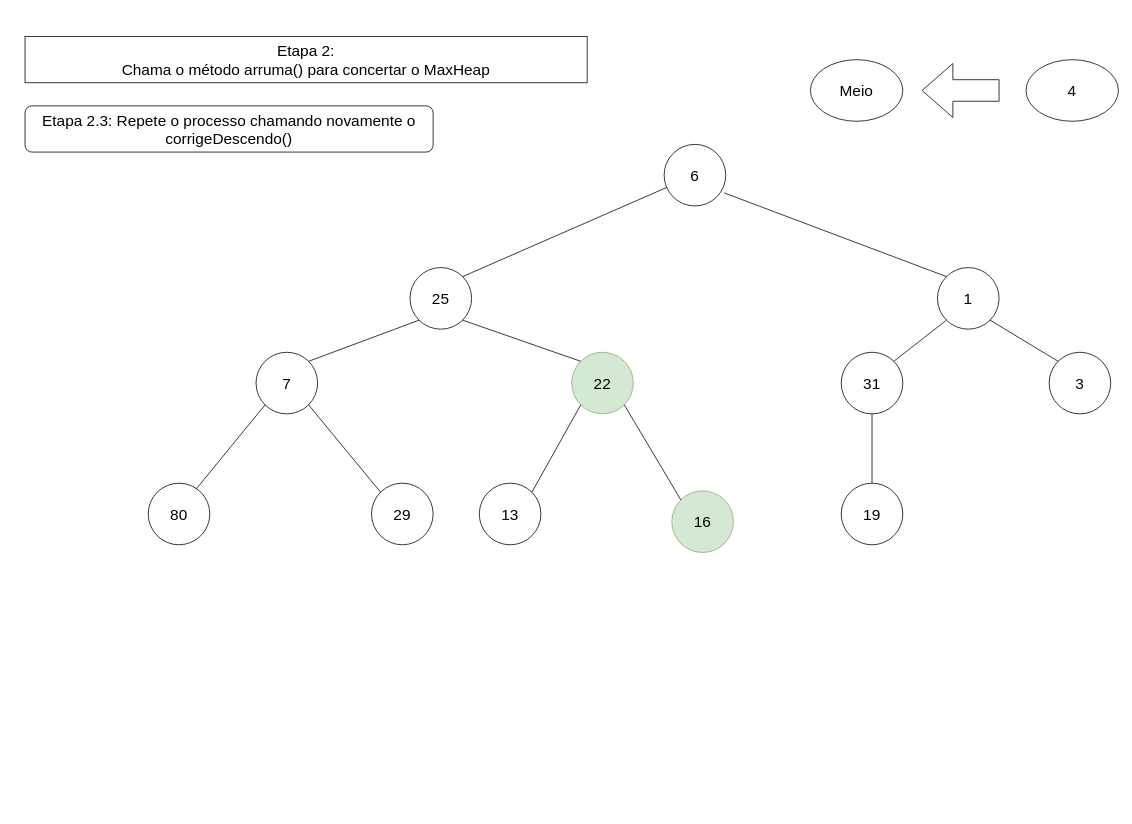
Before: page "Etapa 5" (6 of 21) of Diagrama_Heap.drawio in Xang0/Diagramas-de-Estruturas-de-Dado, a draw.io diagram. Source tidied: cells renumbered, new cells numbered last; positions are measured from the earlier drawing's top-left corner, leaving out a move shared by most shapes. Both pictures are drawn from the tidied source at 77%, with x=0, y=0 at pixel (25, 36).
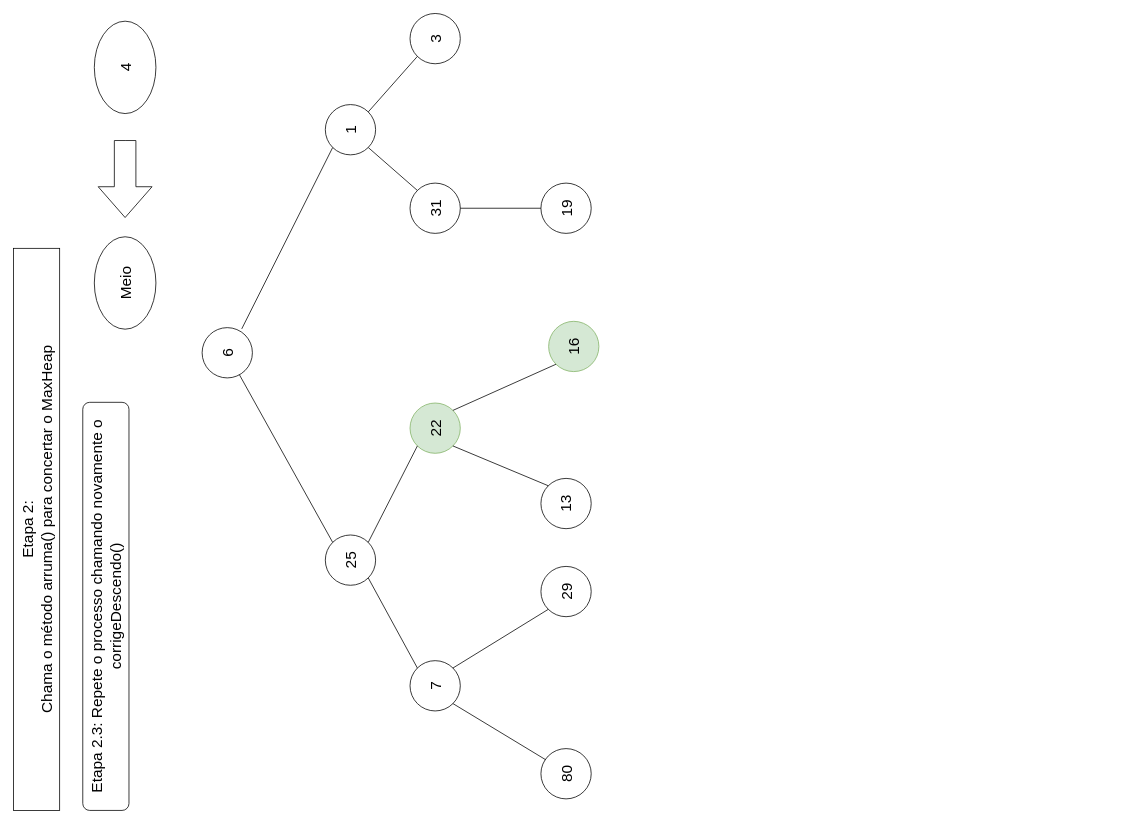
Above is the later version.

What changed in the source:
```diff
@@
+    <mxCell id="25" value="&lt;font style=&quot;font-size: 20px;&quot;&gt;Etapa 2:&lt;br&gt;Chama o método arruma() para concertar o MaxHeap&lt;br&gt;&lt;/font&gt;" style="rounded=0;whiteSpace=wrap;html=1;rotation=-90;" parent="1" vertex="1">
+      <mxGeometry x="-350" y="610" width="730" height="60" as="geometry" />
+    </mxCell>
+    <mxCell id="26" value="&lt;font style=&quot;font-size: 20px;&quot;&gt;Etapa 2.3: Repete o processo chamando novamente o corrigeDescendo()&lt;br&gt;&lt;/font&gt;" style="rounded=1;whiteSpace=wrap;html=1;rotation=-90;" parent="1" vertex="1">
+      <mxGeometry x="-160" y="710" width="530" height="60" as="geometry" />
+    </mxCell>
+    <mxCell id="27" value="&lt;font style=&quot;font-size: 20px;&quot;&gt;Meio&lt;/font&gt;" style="ellipse;whiteSpace=wrap;html=1;rotation=-90;" parent="1" vertex="1">
+      <mxGeometry x="70" y="280" width="120" height="80" as="geometry" />
+    </mxCell>
+    <mxCell id="28" style="html=1;shadow=0;dashed=0;align=center;verticalAlign=middle;shape=mxgraph.arrows2.arrow;dy=0.6;dx=40;flipH=1;notch=0;rotation=-90;" parent="1" vertex="1">
+      <mxGeometry x="80" y="150" width="100" height="70" as="geometry" />
+    </mxCell>
+    <mxCell id="29" value="&lt;font style=&quot;font-size: 20px;&quot;&gt;4&lt;/font&gt;" style="ellipse;whiteSpace=wrap;html=1;rotation=-90;" parent="1" vertex="1">
+      <mxGeometry x="70" width="120" height="80" as="geometry" />
+    </mxCell>
+    <mxCell id="30" style="group;" parent="1" vertex="1">
+      <mxGeometry x="230" y="-30" width="530" height="1020" as="geometry" />
+    </mxCell>
-    <mxCell id="2" value="&lt;font style=&quot;font-size: 20px;&quot;&gt;6&lt;/font&gt;" style="ellipse;whiteSpace=wrap;html=1;" parent="1" vertex="1">
-      <mxGeometry x="830" y="140" width="80" height="80" as="geometry" />
+    <mxCell id="2" value="&lt;font style=&quot;font-size: 20px;&quot;&gt;6&lt;/font&gt;" style="ellipse;whiteSpace=wrap;html=1;rotation=-90;" parent="30" vertex="1">
+      <mxGeometry y="408" width="65.3" height="65.3" as="geometry" />
     </mxCell>
-    <mxCell id="3" value="&lt;font style=&quot;font-size: 20px;&quot;&gt;25&lt;/font&gt;" style="ellipse;whiteSpace=wrap;html=1;" parent="1" vertex="1">
-      <mxGeometry x="500" y="300" width="80" height="80" as="geometry" />
+    <mxCell id="3" value="&lt;font style=&quot;font-size: 20px;&quot;&gt;25&lt;/font&gt;" style="ellipse;whiteSpace=wrap;html=1;rotation=-90;" parent="30" vertex="1">
+      <mxGeometry x="160" y="677.3" width="65.3" height="65.3" as="geometry" />
     </mxCell>
-    <mxCell id="4" value="&lt;font style=&quot;font-size: 20px;&quot;&gt;1&lt;/font&gt;" style="ellipse;whiteSpace=wrap;html=1;" parent="1" vertex="1">
-      <mxGeometry x="1185" y="300" width="80" height="80" as="geometry" />
+    <mxCell id="4" value="&lt;font style=&quot;font-size: 20px;&quot;&gt;1&lt;/font&gt;" style="ellipse;whiteSpace=wrap;html=1;rotation=-90;" parent="30" vertex="1">
+      <mxGeometry x="160" y="118.3" width="65.3" height="65.3" as="geometry" />
     </mxCell>
-    <mxCell id="5" style="endArrow=none;html=1;rounded=0;exitX=1;exitY=0;exitDx=0;exitDy=0;" parent="1" edge="1" source="3" target="2">
+    <mxCell id="5" style="endArrow=none;html=1;rounded=0;exitX=1;exitY=0;exitDx=0;exitDy=0;" parent="30" edge="1" source="3" target="2">
       <mxGeometry relative="1" as="geometry" />
     </mxCell>
-    <mxCell id="6" style="endArrow=none;html=1;rounded=0;entryX=0.975;entryY=0.788;entryDx=0;entryDy=0;entryPerimeter=0;exitX=0;exitY=0;exitDx=0;exitDy=0;" parent="1" edge="1" source="4" target="2">
+    <mxCell id="6" style="endArrow=none;html=1;rounded=0;entryX=0.975;entryY=0.788;entryDx=0;entryDy=0;entryPerimeter=0;exitX=0;exitY=0;exitDx=0;exitDy=0;" parent="30" edge="1" source="4" target="2">
       <mxGeometry relative="1" as="geometry" />
     </mxCell>
-    <mxCell id="7" value="&lt;font style=&quot;font-size: 20px;&quot;&gt;7&lt;/font&gt;" style="ellipse;whiteSpace=wrap;html=1;" parent="1" vertex="1">
-      <mxGeometry x="300" y="410" width="80" height="80" as="geometry" />
+    <mxCell id="7" value="&lt;font style=&quot;font-size: 20px;&quot;&gt;7&lt;/font&gt;" style="ellipse;whiteSpace=wrap;html=1;rotation=-90;" parent="30" vertex="1">
+      <mxGeometry x="270" y="840.5" width="65.3" height="65.3" as="geometry" />
     </mxCell>
-    <mxCell id="8" value="&lt;font style=&quot;font-size: 20px;&quot;&gt;22&lt;/font&gt;" style="ellipse;whiteSpace=wrap;html=1;fillColor=#d5e8d4;strokeColor=#82b366;" parent="1" vertex="1">
-      <mxGeometry x="710" y="410" width="80" height="80" as="geometry" />
+    <mxCell id="8" value="&lt;font style=&quot;font-size: 20px;&quot;&gt;22&lt;/font&gt;" style="ellipse;whiteSpace=wrap;html=1;fillColor=#d5e8d4;strokeColor=#82b366;rotation=-90;" parent="30" vertex="1">
+      <mxGeometry x="270" y="505.9" width="65.3" height="65.3" as="geometry" />
     </mxCell>
-    <mxCell id="9" style="endArrow=none;html=1;rounded=0;entryX=0;entryY=1;entryDx=0;entryDy=0;exitX=1;exitY=0;exitDx=0;exitDy=0;" parent="1" edge="1" source="7" target="3">
+    <mxCell id="9" style="endArrow=none;html=1;rounded=0;entryX=0;entryY=1;entryDx=0;entryDy=0;exitX=1;exitY=0;exitDx=0;exitDy=0;" parent="30" edge="1" source="7" target="3">
       <mxGeometry relative="1" as="geometry" />
     </mxCell>
-    <mxCell id="10" style="endArrow=none;html=1;rounded=0;entryX=1;entryY=1;entryDx=0;entryDy=0;exitX=0;exitY=0;exitDx=0;exitDy=0;" parent="1" edge="1" source="8" target="3">
+    <mxCell id="10" style="endArrow=none;html=1;rounded=0;entryX=1;entryY=1;entryDx=0;entryDy=0;exitX=0;exitY=0;exitDx=0;exitDy=0;" parent="30" edge="1" source="8" target="3">
       <mxGeometry relative="1" as="geometry" />
     </mxCell>
-    <mxCell id="11" value="&lt;font style=&quot;font-size: 20px;&quot;&gt;16&lt;/font&gt;" style="ellipse;whiteSpace=wrap;html=1;fillColor=#d5e8d4;strokeColor=#82b366;" parent="1" vertex="1">
-      <mxGeometry x="840" y="590" width="80" height="80" as="geometry" />
+    <mxCell id="11" value="&lt;font style=&quot;font-size: 20px;&quot;&gt;16&lt;/font&gt;" style="ellipse;whiteSpace=wrap;html=1;fillColor=#d5e8d4;strokeColor=#82b366;rotation=-90;" parent="30" vertex="1">
+      <mxGeometry x="450" y="399.8" width="65.3" height="65.3" as="geometry" />
     </mxCell>
-    <mxCell id="12" value="&lt;font style=&quot;font-size: 20px;&quot;&gt;13&lt;/font&gt;" style="ellipse;whiteSpace=wrap;html=1;" parent="1" vertex="1">
-      <mxGeometry x="590" y="580" width="80" height="80" as="geometry" />
+    <mxCell id="12" value="&lt;font style=&quot;font-size: 20px;&quot;&gt;13&lt;/font&gt;" style="ellipse;whiteSpace=wrap;html=1;rotation=-90;" parent="30" vertex="1">
+      <mxGeometry x="440" y="603.8" width="65.3" height="65.3" as="geometry" />
     </mxCell>
-    <mxCell id="13" style="endArrow=none;html=1;rounded=0;entryX=1;entryY=1;entryDx=0;entryDy=0;exitX=0;exitY=0;exitDx=0;exitDy=0;" parent="1" edge="1" source="11" target="8">
+    <mxCell id="13" style="endArrow=none;html=1;rounded=0;entryX=1;entryY=1;entryDx=0;entryDy=0;exitX=0;exitY=0;exitDx=0;exitDy=0;" parent="30" edge="1" source="11" target="8">
       <mxGeometry relative="1" as="geometry" />
     </mxCell>
-    <mxCell id="14" style="endArrow=none;html=1;rounded=0;entryX=0;entryY=1;entryDx=0;entryDy=0;exitX=1;exitY=0;exitDx=0;exitDy=0;" parent="1" edge="1" source="12" target="8">
+    <mxCell id="14" style="endArrow=none;html=1;rounded=0;entryX=0;entryY=1;entryDx=0;entryDy=0;exitX=1;exitY=0;exitDx=0;exitDy=0;" parent="30" edge="1" source="12" target="8">
       <mxGeometry relative="1" as="geometry" />
     </mxCell>
-    <mxCell id="15" value="&lt;font style=&quot;font-size: 20px;&quot;&gt;29&lt;/font&gt;" style="ellipse;whiteSpace=wrap;html=1;" parent="1" vertex="1">
-      <mxGeometry x="450" y="580" width="80" height="80" as="geometry" />
+    <mxCell id="15" value="&lt;font style=&quot;font-size: 20px;&quot;&gt;29&lt;/font&gt;" style="ellipse;whiteSpace=wrap;html=1;rotation=-90;" parent="30" vertex="1">
+      <mxGeometry x="440" y="718.1" width="65.3" height="65.3" as="geometry" />
     </mxCell>
-    <mxCell id="16" value="&lt;font style=&quot;font-size: 20px;&quot;&gt;80&lt;/font&gt;" style="ellipse;whiteSpace=wrap;html=1;" parent="1" vertex="1">
-      <mxGeometry x="160" y="580" width="80" height="80" as="geometry" />
+    <mxCell id="16" value="&lt;font style=&quot;font-size: 20px;&quot;&gt;80&lt;/font&gt;" style="ellipse;whiteSpace=wrap;html=1;rotation=-90;" parent="30" vertex="1">
+      <mxGeometry x="440" y="954.7" width="65.3" height="65.3" as="geometry" />
     </mxCell>
-    <mxCell id="17" style="endArrow=none;html=1;rounded=0;entryX=1;entryY=1;entryDx=0;entryDy=0;exitX=0;exitY=0;exitDx=0;exitDy=0;" parent="1" edge="1" source="15" target="7">
+    <mxCell id="17" style="endArrow=none;html=1;rounded=0;entryX=1;entryY=1;entryDx=0;entryDy=0;exitX=0;exitY=0;exitDx=0;exitDy=0;" parent="30" edge="1" source="15" target="7">
       <mxGeometry relative="1" as="geometry" />
     </mxCell>
-    <mxCell id="18" style="endArrow=none;html=1;rounded=0;entryX=0;entryY=1;entryDx=0;entryDy=0;exitX=0.775;exitY=0.1;exitDx=0;exitDy=0;exitPerimeter=0;" parent="1" edge="1" source="16" target="7">
+    <mxCell id="18" style="endArrow=none;html=1;rounded=0;entryX=0;entryY=1;entryDx=0;entryDy=0;exitX=0.775;exitY=0.1;exitDx=0;exitDy=0;exitPerimeter=0;" parent="30" edge="1" source="16" target="7">
       <mxGeometry relative="1" as="geometry" />
     </mxCell>
-    <mxCell id="19" value="&lt;font style=&quot;font-size: 20px;&quot;&gt;31&lt;/font&gt;" style="ellipse;whiteSpace=wrap;html=1;" parent="1" vertex="1">
-      <mxGeometry x="1060" y="410" width="80" height="80" as="geometry" />
+    <mxCell id="19" value="&lt;font style=&quot;font-size: 20px;&quot;&gt;31&lt;/font&gt;" style="ellipse;whiteSpace=wrap;html=1;rotation=-90;" parent="30" vertex="1">
+      <mxGeometry x="270" y="220.3" width="65.3" height="65.3" as="geometry" />
     </mxCell>
-    <mxCell id="20" value="&lt;font style=&quot;font-size: 20px;&quot;&gt;3&lt;/font&gt;" style="ellipse;whiteSpace=wrap;html=1;" parent="1" vertex="1">
-      <mxGeometry x="1330" y="410" width="80" height="80" as="geometry" />
+    <mxCell id="20" value="&lt;font style=&quot;font-size: 20px;&quot;&gt;3&lt;/font&gt;" style="ellipse;whiteSpace=wrap;html=1;rotation=-90;" parent="30" vertex="1">
+      <mxGeometry x="270" width="65.3" height="65.3" as="geometry" />
     </mxCell>
-    <mxCell id="21" style="endArrow=none;html=1;rounded=0;entryX=0;entryY=1;entryDx=0;entryDy=0;exitX=1;exitY=0;exitDx=0;exitDy=0;" parent="1" edge="1" source="19" target="4">
+    <mxCell id="21" style="endArrow=none;html=1;rounded=0;entryX=0;entryY=1;entryDx=0;entryDy=0;exitX=1;exitY=0;exitDx=0;exitDy=0;" parent="30" edge="1" source="19" target="4">
       <mxGeometry relative="1" as="geometry" />
     </mxCell>
-    <mxCell id="22" style="endArrow=none;html=1;rounded=0;entryX=1;entryY=1;entryDx=0;entryDy=0;exitX=0;exitY=0;exitDx=0;exitDy=0;" parent="1" edge="1" source="20" target="4">
+    <mxCell id="22" style="endArrow=none;html=1;rounded=0;entryX=1;entryY=1;entryDx=0;entryDy=0;exitX=0;exitY=0;exitDx=0;exitDy=0;" parent="30" edge="1" source="20" target="4">
       <mxGeometry relative="1" as="geometry" />
     </mxCell>
-    <mxCell id="23" value="&lt;font style=&quot;font-size: 20px;&quot;&gt;19&lt;/font&gt;" style="ellipse;whiteSpace=wrap;html=1;" parent="1" vertex="1">
-      <mxGeometry x="1060" y="580" width="80" height="80" as="geometry" />
+    <mxCell id="23" value="&lt;font style=&quot;font-size: 20px;&quot;&gt;19&lt;/font&gt;" style="ellipse;whiteSpace=wrap;html=1;rotation=-90;" parent="30" vertex="1">
+      <mxGeometry x="440" y="220.3" width="65.3" height="65.3" as="geometry" />
     </mxCell>
-    <mxCell id="24" style="endArrow=none;html=1;rounded=0;entryX=0.5;entryY=1;entryDx=0;entryDy=0;exitX=0.5;exitY=0;exitDx=0;exitDy=0;" parent="1" edge="1" source="23" target="19">
+    <mxCell id="24" style="endArrow=none;html=1;rounded=0;entryX=0.5;entryY=1;entryDx=0;entryDy=0;exitX=0.5;exitY=0;exitDx=0;exitDy=0;" parent="30" edge="1" source="23" target="19">
       <mxGeometry relative="1" as="geometry" />
     </mxCell>
-    <mxCell id="25" value="&lt;font style=&quot;font-size: 20px;&quot;&gt;Etapa 2:&lt;br&gt;Chama o método arruma() para concertar o MaxHeap&lt;br&gt;&lt;/font&gt;" style="rounded=0;whiteSpace=wrap;html=1;" parent="1" vertex="1">
-      <mxGeometry width="730" height="60" as="geometry" />
-    </mxCell>
-    <mxCell id="26" value="&lt;font style=&quot;font-size: 20px;&quot;&gt;Etapa 2.3: Repete o processo chamando novamente o corrigeDescendo()&lt;br&gt;&lt;/font&gt;" style="rounded=1;whiteSpace=wrap;html=1;" parent="1" vertex="1">
-      <mxGeometry y="90" width="530" height="60" as="geometry" />
-    </mxCell>
-    <mxCell id="27" value="&lt;font style=&quot;font-size: 20px;&quot;&gt;Meio&lt;/font&gt;" style="ellipse;whiteSpace=wrap;html=1;" parent="1" vertex="1">
-      <mxGeometry x="1020" y="30" width="120" height="80" as="geometry" />
-    </mxCell>
-    <mxCell id="28" style="html=1;shadow=0;dashed=0;align=center;verticalAlign=middle;shape=mxgraph.arrows2.arrow;dy=0.6;dx=40;flipH=1;notch=0;" parent="1" vertex="1">
-      <mxGeometry x="1165" y="35" width="100" height="70" as="geometry" />
-    </mxCell>
-    <mxCell id="29" value="&lt;font style=&quot;font-size: 20px;&quot;&gt;4&lt;/font&gt;" style="ellipse;whiteSpace=wrap;html=1;" parent="1" vertex="1">
-      <mxGeometry x="1300" y="30" width="120" height="80" as="geometry" />
-    </mxCell>
```
